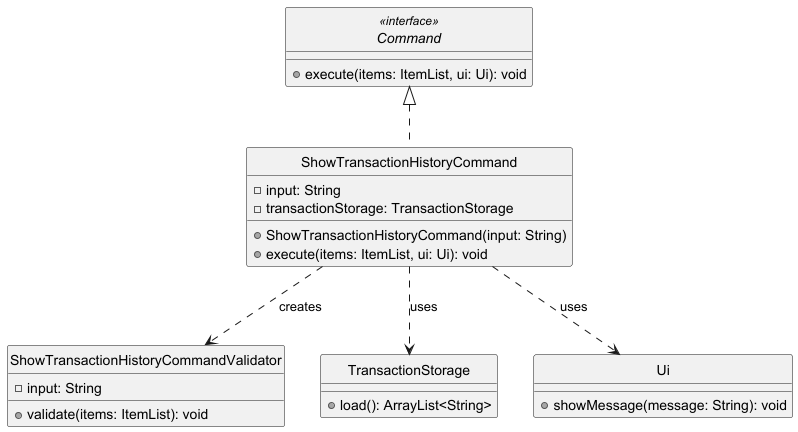
adbsw/tp keeps this PlantUML diagram as docs/diagrams/ShowTransactionHistoryCommandClassDiagram.png. Above is the earlier version.
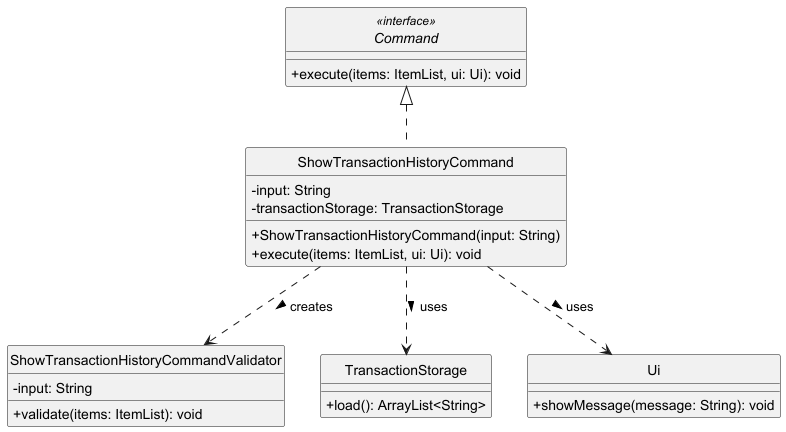
The same file after the commit.

The edit, as a diff of the source:
```diff
@@ -2,6 +2,7 @@
 
 skinparam monochrome true
 skinparam shadowing false
+skinparam classAttributeIconSize 0
 hide circle
 
 interface Command <<interface>> {
@@ -30,8 +31,8 @@
 
 Command <|.. ShowTransactionHistoryCommand
 
-ShowTransactionHistoryCommand ..> ShowTransactionHistoryCommandValidator : creates
-ShowTransactionHistoryCommand ..> TransactionStorage : uses
-ShowTransactionHistoryCommand ..> Ui : uses
+ShowTransactionHistoryCommand ..> ShowTransactionHistoryCommandValidator : creates >
+ShowTransactionHistoryCommand ..> TransactionStorage : uses >
+ShowTransactionHistoryCommand ..> Ui : uses >
 
 @enduml
```
